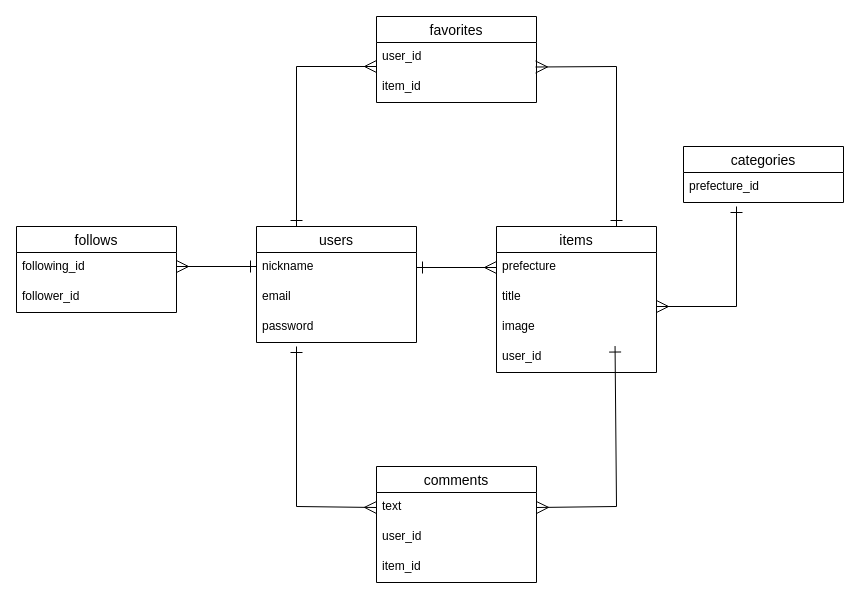
The draw.io diagram local_speciality.dio in Deku-izuku715/local_speciality, before the edit. Source tidied: cells renumbered, new cells numbered last; positions are measured from the earlier drawing's top-left corner, leaving out a move shared by most shapes. Both pictures are drawn from the tidied source at 100%, with x=0, y=0 at pixel (16, 16).
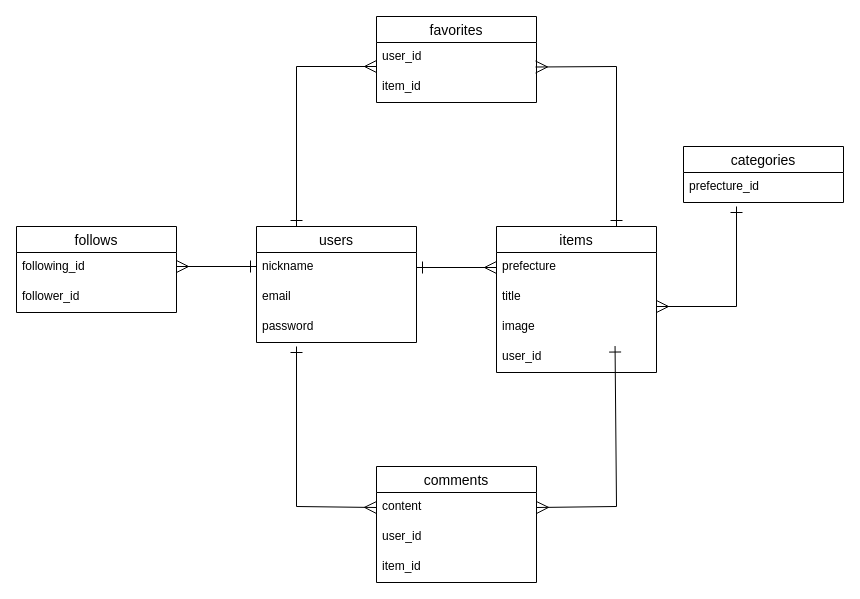
After the change.

Unchanged cells that the change refers to:
```xml
<mxCell id="10" value="comments" style="swimlane;fontStyle=0;horizontal=1;startSize=26;align=center;fontSize=14;" parent="1" vertex="1">
  <mxGeometry x="360" y="450" width="160" height="116" as="geometry" />
</mxCell>
```

What changed in the source:
```diff
@@
-    <mxCell id="11" value="text" style="text;strokeColor=none;fillColor=none;spacingLeft=4;spacingRight=4;overflow=hidden;points=[[0,0.5],[1,0.5]];portConstraint=eastwest;fontSize=12;" parent="10" vertex="1">
+    <mxCell id="11" value="content" style="text;strokeColor=none;fillColor=none;spacingLeft=4;spacingRight=4;overflow=hidden;points=[[0,0.5],[1,0.5]];portConstraint=eastwest;fontSize=12;" parent="10" vertex="1">
       <mxGeometry y="26" width="160" height="30" as="geometry" />
     </mxCell>
```
